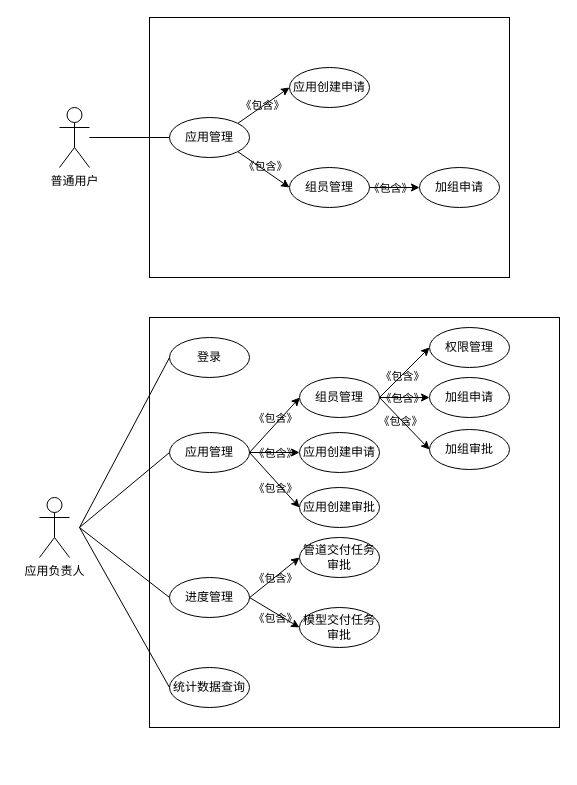
Before: Untitled Diagram.drawio in Sequin-hdd/COINFO, a draw.io diagram. Source tidied: cells renumbered, new cells numbered last; positions are measured from the earlier drawing's top-left corner, leaving out a move shared by most shapes. Both pictures are drawn from the tidied source at 100%, with x=0, y=0 at pixel (39, 17).
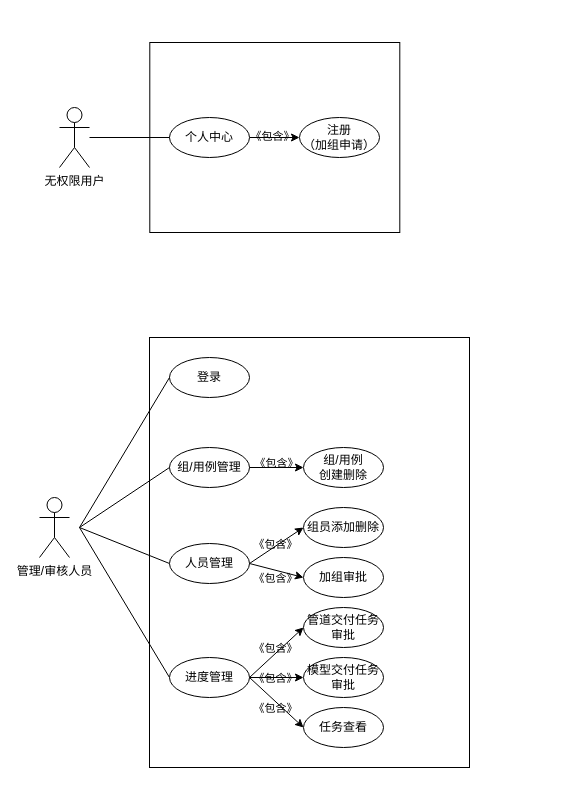
Above is the later version.

Change to the diagram source:
```diff
@@
     <mxCell id="2" style="whiteSpace=wrap;html=1;" parent="1" vertex="1">
-      <mxGeometry x="110" width="360" height="260" as="geometry" />
+      <mxGeometry x="110.3" y="25" width="250" height="190" as="geometry" />
     </mxCell>
-    <mxCell id="3" value="普通用户" style="shape=umlActor;verticalLabelPosition=bottom;verticalAlign=top;html=1;" parent="1" vertex="1">
+    <mxCell id="3" value="无权限用户" style="shape=umlActor;verticalLabelPosition=bottom;verticalAlign=top;html=1;" parent="1" vertex="1">
       <mxGeometry x="20" y="90" width="30" height="60" as="geometry" />
     </mxCell>
-    <mxCell id="4" style="rounded=0;jettySize=auto;html=1;exitX=1;exitY=0;exitDx=0;exitDy=0;entryX=0;entryY=0.5;entryDx=0;entryDy=0;" parent="1" edge="1" source="7" target="8">
-      <mxGeometry relative="1" as="geometry" />
-    </mxCell>
-    <mxCell id="5" value="《包含》" style="edgeLabel;html=1;align=center;verticalAlign=middle;labelBackgroundColor=none;" parent="4" vertex="1">
-      <mxGeometry x="-0.41" relative="1" as="geometry">
-        <mxPoint x="9" y="-8" as="offset" />
-      </mxGeometry>
-    </mxCell>
-    <mxCell id="6" style="edgeStyle=none;rounded=0;jettySize=auto;html=1;exitX=1;exitY=1;exitDx=0;exitDy=0;entryX=0;entryY=0.5;entryDx=0;entryDy=0;" parent="1" edge="1" source="7" target="45">
+    <mxCell id="6" style="edgeStyle=orthogonalEdgeStyle;rounded=0;jettySize=auto;html=1;" parent="1" edge="1" source="7" target="45">
       <mxGeometry relative="1" as="geometry" />
     </mxCell>
-    <mxCell id="7" value="应用管理" style="ellipse;whiteSpace=wrap;html=1;" parent="1" vertex="1">
+    <mxCell id="7" value="个人中心" style="ellipse;whiteSpace=wrap;html=1;" parent="1" vertex="1">
       <mxGeometry x="130" y="100" width="80" height="40" as="geometry" />
     </mxCell>
-    <mxCell id="8" value="应用创建申请" style="ellipse;whiteSpace=wrap;html=1;" parent="1" vertex="1">
-      <mxGeometry x="250" y="50" width="80" height="40" as="geometry" />
-    </mxCell>
-    <mxCell id="9" value="加组申请" style="ellipse;whiteSpace=wrap;html=1;" parent="1" vertex="1">
-      <mxGeometry x="380" y="150" width="80" height="40" as="geometry" />
-    </mxCell>
@@
     <mxCell id="11" value="《包含》" style="edgeLabel;html=1;align=center;verticalAlign=middle;labelBackgroundColor=none;" parent="1" vertex="1">
-      <mxGeometry x="235.3" y="97.4" as="geometry">
-        <mxPoint x="-10" y="51" as="offset" />
+      <mxGeometry x="247" y="10" as="geometry">
+        <mxPoint x="-15" y="108" as="offset" />
       </mxGeometry>
     </mxCell>
-    <mxCell id="12" value="应用负责人" style="shape=umlActor;verticalLabelPosition=bottom;verticalAlign=top;html=1;labelBackgroundColor=none;" parent="1" vertex="1">
+    <mxCell id="12" value="管理/审核人员" style="shape=umlActor;verticalLabelPosition=bottom;verticalAlign=top;html=1;labelBackgroundColor=none;" parent="1" vertex="1">
       <mxGeometry y="480" width="30" height="60" as="geometry" />
     </mxCell>
     <mxCell id="13" style="whiteSpace=wrap;html=1;labelBackgroundColor=none;" parent="1" vertex="1">
-      <mxGeometry x="110" y="300" width="410" height="410" as="geometry" />
+      <mxGeometry x="110" y="320" width="320" height="430" as="geometry" />
     </mxCell>
-    <mxCell id="14" value="应用管理" style="ellipse;whiteSpace=wrap;html=1;" parent="1" vertex="1">
-      <mxGeometry x="130" y="415" width="80" height="40" as="geometry" />
+    <mxCell id="14" value="组/用例管理" style="ellipse;whiteSpace=wrap;html=1;" parent="1" vertex="1">
+      <mxGeometry x="130" y="430" width="80" height="40" as="geometry" />
     </mxCell>
-    <mxCell id="15" style="edgeStyle=none;rounded=0;jettySize=auto;html=1;" parent="1" edge="1" source="16" target="47">
-      <mxGeometry relative="1" as="geometry" />
-    </mxCell>
-    <mxCell id="16" value="组员管理" style="ellipse;whiteSpace=wrap;html=1;" parent="1" vertex="1">
-      <mxGeometry x="260" y="360" width="80" height="40" as="geometry" />
-    </mxCell>
-    <mxCell id="17" value="应用创建申请" style="ellipse;whiteSpace=wrap;html=1;" parent="1" vertex="1">
-      <mxGeometry x="260" y="415" width="80" height="40" as="geometry" />
+    <mxCell id="17" value="组/用例&lt;br&gt;创建删除" style="ellipse;whiteSpace=wrap;html=1;" parent="1" vertex="1">
+      <mxGeometry x="264" y="430" width="80" height="40" as="geometry" />
     </mxCell>
-    <mxCell id="18" value="统计数据查询" style="ellipse;whiteSpace=wrap;html=1;" parent="1" vertex="1">
-      <mxGeometry x="130" y="650" width="80" height="40" as="geometry" />
-    </mxCell>
-    <mxCell id="19" value="权限管理" style="ellipse;whiteSpace=wrap;html=1;" parent="1" vertex="1">
-      <mxGeometry x="390" y="310" width="80" height="40" as="geometry" />
+    <mxCell id="19" value="组员添加删除" style="ellipse;whiteSpace=wrap;html=1;" parent="1" vertex="1">
+      <mxGeometry x="264" y="490" width="80" height="40" as="geometry" />
     </mxCell>
     <mxCell id="20" value="加组审批" style="ellipse;whiteSpace=wrap;html=1;" parent="1" vertex="1">
-      <mxGeometry x="390" y="412" width="80" height="40" as="geometry" />
+      <mxGeometry x="264" y="540" width="80" height="40" as="geometry" />
     </mxCell>
-    <mxCell id="21" value="应用创建审批" style="ellipse;whiteSpace=wrap;html=1;" parent="1" vertex="1">
-      <mxGeometry x="260" y="470" width="80" height="40" as="geometry" />
-    </mxCell>
     <mxCell id="22" value="登录" style="ellipse;whiteSpace=wrap;html=1;" parent="1" vertex="1">
-      <mxGeometry x="130" y="320" width="80" height="40" as="geometry" />
+      <mxGeometry x="130" y="340" width="80" height="40" as="geometry" />
     </mxCell>
-    <mxCell id="23" value="进度管理" style="ellipse;whiteSpace=wrap;html=1;" parent="1" vertex="1">
-      <mxGeometry x="130" y="560" width="80" height="40" as="geometry" />
-    </mxCell>
-    <mxCell id="24" value="管道交付任务审批" style="ellipse;whiteSpace=wrap;html=1;" parent="1" vertex="1">
-      <mxGeometry x="260" y="520" width="80" height="40" as="geometry" />
-    </mxCell>
-    <mxCell id="25" value="模型交付任务审批" style="ellipse;whiteSpace=wrap;html=1;" parent="1" vertex="1">
-      <mxGeometry x="260" y="590" width="80" height="40" as="geometry" />
-    </mxCell>
@@
-    <mxCell id="29" style="endArrow=none;html=1;exitX=0;exitY=0.5;exitDx=0;exitDy=0;" parent="1" edge="1" source="18">
+    <mxCell id="29" style="endArrow=none;html=1;exitX=0;exitY=0.5;exitDx=0;exitDy=0;" parent="1" edge="1" source="49">
       <mxGeometry relative="1" as="geometry">
         <mxPoint x="40" y="510" as="targetPoint" />
       </mxGeometry>
     </mxCell>
-    <mxCell id="30" style="endArrow=classic;html=1;exitX=1;exitY=0.5;exitDx=0;exitDy=0;" parent="1" edge="1" source="14">
-      <mxGeometry relative="1" as="geometry">
-        <mxPoint x="260.3" y="380" as="targetPoint" />
-      </mxGeometry>
-    </mxCell>
@@
-    <mxCell id="32" style="endArrow=classic;html=1;entryX=0;entryY=0.5;entryDx=0;entryDy=0;exitX=1;exitY=0.5;exitDx=0;exitDy=0;" parent="1" edge="1" source="14" target="21">
-      <mxGeometry relative="1" as="geometry" />
-    </mxCell>
+    <mxCell id="34" style="endArrow=classic;html=1;entryX=0;entryY=0.5;entryDx=0;entryDy=0;exitX=1;exitY=0.5;exitDx=0;exitDy=0;" parent="1" edge="1" source="23" target="25">
+      <mxGeometry relative="1" as="geometry" />
+    </mxCell>
+    <mxCell id="38" value="《包含》" style="edgeLabel;html=1;align=center;verticalAlign=middle;labelBackgroundColor=none;" parent="1" vertex="1">
+      <mxGeometry x="247" y="443" as="geometry">
+        <mxPoint x="-11" y="2" as="offset" />
+      </mxGeometry>
+    </mxCell>
+    <mxCell id="45" value="注册&lt;br&gt;（加组申请）" style="ellipse;whiteSpace=wrap;html=1;" parent="1" vertex="1">
+      <mxGeometry x="260" y="100" width="80" height="40" as="geometry" />
+    </mxCell>
+    <mxCell id="49" value="人员管理" style="ellipse;whiteSpace=wrap;html=1;" parent="1" vertex="1">
+      <mxGeometry x="130" y="526" width="80" height="40" as="geometry" />
+    </mxCell>
+    <mxCell id="50" style="endArrow=classic;html=1;entryX=0;entryY=0.5;entryDx=0;entryDy=0;exitX=1;exitY=0.5;exitDx=0;exitDy=0;" parent="1" edge="1" source="49" target="20">
+      <mxGeometry relative="1" as="geometry" />
+    </mxCell>
+    <mxCell id="51" style="endArrow=classic;html=1;exitX=1;exitY=0.5;exitDx=0;exitDy=0;entryX=0;entryY=0.5;entryDx=0;entryDy=0;" parent="1" edge="1" source="49" target="19">
+      <mxGeometry relative="1" as="geometry" />
+    </mxCell>
+    <mxCell id="52" style="edgeStyle=orthogonalEdgeStyle;rounded=0;jettySize=auto;html=1;" parent="1" edge="1" source="23" target="55">
+      <mxGeometry relative="1" as="geometry" />
+    </mxCell>
+    <mxCell id="23" value="进度管理" style="ellipse;whiteSpace=wrap;html=1;" parent="1" vertex="1">
+      <mxGeometry x="130" y="640" width="80" height="40" as="geometry" />
+    </mxCell>
+    <mxCell id="24" value="管道交付任务审批" style="ellipse;whiteSpace=wrap;html=1;" parent="1" vertex="1">
+      <mxGeometry x="264" y="590" width="80" height="40" as="geometry" />
+    </mxCell>
+    <mxCell id="25" value="任务查看" style="ellipse;whiteSpace=wrap;html=1;" parent="1" vertex="1">
+      <mxGeometry x="264" y="690" width="80" height="40" as="geometry" />
+    </mxCell>
-    <mxCell id="33" style="endArrow=classic;html=1;entryX=0;entryY=0.5;entryDx=0;entryDy=0;" parent="1" edge="1" target="24">
-      <mxGeometry relative="1" as="geometry">
-        <mxPoint x="210.3" y="580" as="sourcePoint" />
-      </mxGeometry>
+    <mxCell id="33" style="endArrow=classic;html=1;entryX=0;entryY=0.5;entryDx=0;entryDy=0;exitX=1;exitY=0.5;exitDx=0;exitDy=0;" parent="1" edge="1" source="23" target="24">
+      <mxGeometry x="240" y="920" as="geometry" />
     </mxCell>
-    <mxCell id="34" style="endArrow=classic;html=1;entryX=0;entryY=0.5;entryDx=0;entryDy=0;" parent="1" edge="1" target="25">
-      <mxGeometry relative="1" as="geometry">
-        <mxPoint x="210" y="580" as="sourcePoint" />
-      </mxGeometry>
-    </mxCell>
-    <mxCell id="35" style="endArrow=classic;html=1;entryX=0;entryY=0.5;entryDx=0;entryDy=0;" parent="1" edge="1" target="19">
-      <mxGeometry relative="1" as="geometry">
-        <mxPoint x="340" y="380" as="sourcePoint" />
-      </mxGeometry>
-    </mxCell>
-    <mxCell id="36" style="endArrow=classic;html=1;entryX=0;entryY=0.5;entryDx=0;entryDy=0;" parent="1" edge="1" target="20">
-      <mxGeometry relative="1" as="geometry">
-        <mxPoint x="340" y="380" as="sourcePoint" />
-      </mxGeometry>
-    </mxCell>
-    <mxCell id="37" value="《包含》" style="edgeLabel;html=1;align=center;verticalAlign=middle;labelBackgroundColor=none;" parent="1" vertex="1">
-      <mxGeometry x="235.3" y="400" as="geometry" />
-    </mxCell>
-    <mxCell id="38" value="《包含》" style="edgeLabel;html=1;align=center;verticalAlign=middle;labelBackgroundColor=none;" parent="1" vertex="1">
-      <mxGeometry x="235.3" y="435" as="geometry" />
-    </mxCell>
-    <mxCell id="39" value="《包含》" style="edgeLabel;html=1;align=center;verticalAlign=middle;labelBackgroundColor=none;" parent="1" vertex="1">
-      <mxGeometry x="235.3" y="470" as="geometry" />
-    </mxCell>
-    <mxCell id="40" value="《包含》" style="edgeLabel;html=1;align=center;verticalAlign=middle;labelBackgroundColor=none;" parent="1" vertex="1">
-      <mxGeometry x="362" y="358" as="geometry" />
-    </mxCell>
-    <mxCell id="41" value="《包含》" style="edgeLabel;html=1;align=center;verticalAlign=middle;labelBackgroundColor=none;" parent="1" vertex="1">
-      <mxGeometry x="360" y="403" as="geometry" />
-    </mxCell>
     <mxCell id="42" value="《包含》" style="edgeLabel;html=1;align=center;verticalAlign=middle;labelBackgroundColor=none;" parent="1" vertex="1">
-      <mxGeometry x="235.3" y="560" as="geometry" />
+      <mxGeometry x="235.3" y="690" as="geometry" />
     </mxCell>
     <mxCell id="43" value="《包含》" style="edgeLabel;html=1;align=center;verticalAlign=middle;labelBackgroundColor=none;" parent="1" vertex="1">
-      <mxGeometry x="235.3" y="600" as="geometry" />
+      <mxGeometry x="235.3" y="630" as="geometry" />
     </mxCell>
-    <mxCell id="44" style="edgeStyle=none;rounded=0;jettySize=auto;html=1;exitX=1;exitY=0.5;exitDx=0;exitDy=0;entryX=0;entryY=0.5;entryDx=0;entryDy=0;" parent="1" edge="1" source="45" target="9">
-      <mxGeometry relative="1" as="geometry" />
-    </mxCell>
-    <mxCell id="45" value="组员管理" style="ellipse;whiteSpace=wrap;html=1;" parent="1" vertex="1">
-      <mxGeometry x="250" y="150" width="80" height="40" as="geometry" />
-    </mxCell>
-    <mxCell id="46" value="《包含》" style="edgeLabel;html=1;align=center;verticalAlign=middle;labelBackgroundColor=none;" parent="1" vertex="1">
-      <mxGeometry x="350" y="170" as="geometry" />
-    </mxCell>
-    <mxCell id="47" value="加组申请" style="ellipse;whiteSpace=wrap;html=1;" parent="1" vertex="1">
-      <mxGeometry x="390" y="360" width="80" height="40" as="geometry" />
-    </mxCell>
-    <mxCell id="48" value="《包含》" style="edgeLabel;html=1;align=center;verticalAlign=middle;labelBackgroundColor=none;" parent="1" vertex="1">
-      <mxGeometry x="362" y="380" as="geometry" />
-    </mxCell>
+    <mxCell id="53" value="《包含》" style="edgeLabel;html=1;align=center;verticalAlign=middle;labelBackgroundColor=none;" parent="1" vertex="1">
+      <mxGeometry x="235.3" y="560" as="geometry" />
+    </mxCell>
+    <mxCell id="54" value="《包含》" style="edgeLabel;html=1;align=center;verticalAlign=middle;labelBackgroundColor=none;" parent="1" vertex="1">
+      <mxGeometry x="235.3" y="526" as="geometry" />
+    </mxCell>
+    <mxCell id="55" value="模型交付任务审批" style="ellipse;whiteSpace=wrap;html=1;" parent="1" vertex="1">
+      <mxGeometry x="264" y="640" width="80" height="40" as="geometry" />
+    </mxCell>
+    <mxCell id="56" value="《包含》" style="edgeLabel;html=1;align=center;verticalAlign=middle;labelBackgroundColor=none;" parent="1" vertex="1">
+      <mxGeometry x="235.3" y="660" as="geometry" />
+    </mxCell>
```
